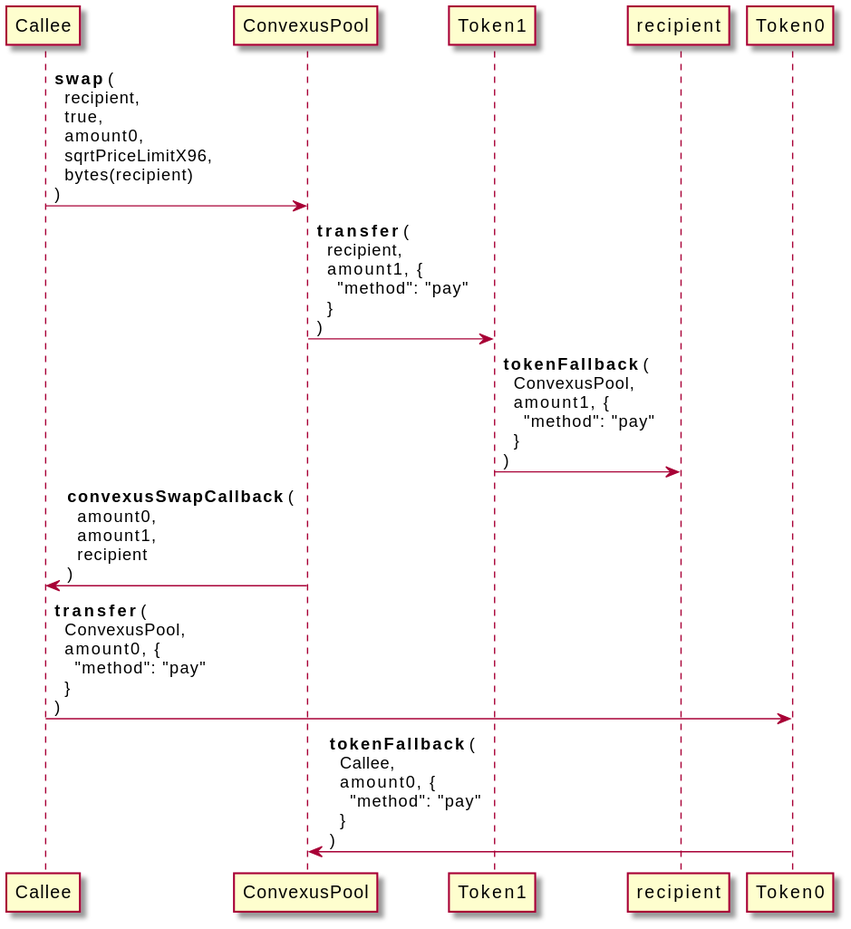
The PlantUML diagram Convexus-Core/Contracts/Pool/docs/uml/swap.svg in Convexus-Protocol/AMM-SCORE, before a commit. The source it was exported from:
```plantuml
@startuml
Callee -> ConvexusPool : **swap** ( \n  recipient, \n  true, \n  amount0, \n  sqrtPriceLimitX96, \n  bytes(recipient) \n)

ConvexusPool -> Token1 : **transfer** ( \n  recipient, \n  amount1, { \n    "method": "pay" \n  } \n)

Token1 -> recipient : **tokenFallback** ( \n  ConvexusPool, \n  amount1, { \n    "method": "pay" \n  } \n)

ConvexusPool -> Callee : **convexusSwapCallback** ( \n  amount0, \n  amount1, \n  recipient \n)

Callee -> Token0 : **transfer** ( \n  ConvexusPool, \n  amount0, { \n    "method": "pay" \n  } \n)

Token0 -> ConvexusPool : **tokenFallback** ( \n  Callee, \n  amount0, { \n    "method": "pay" \n  } \n)
@enduml
```
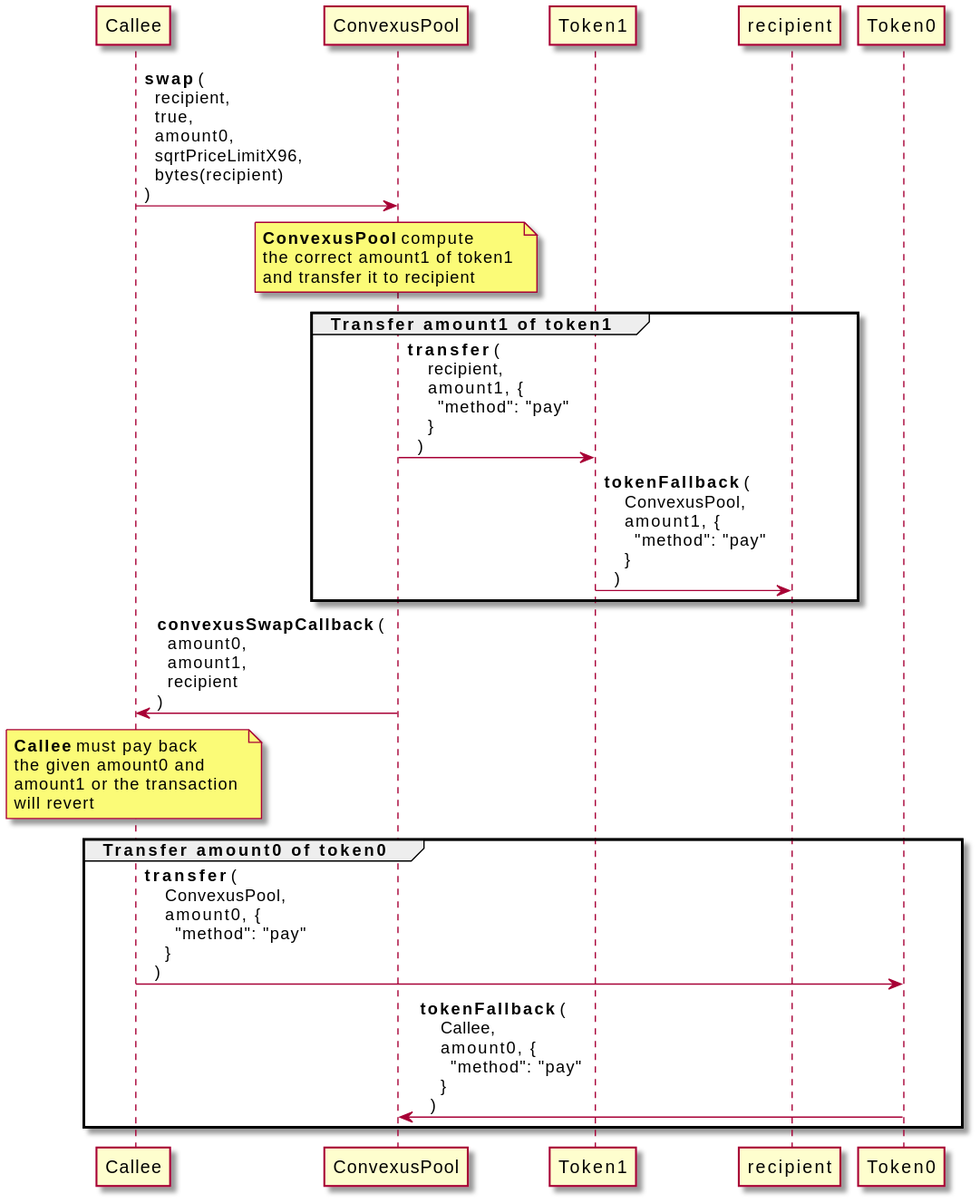
Later version of the same file.

The edit, as a diff of the source:
```diff
@@ -1,13 +1,24 @@
 @startuml
 Callee -> ConvexusPool : **swap** ( \n  recipient, \n  true, \n  amount0, \n  sqrtPriceLimitX96, \n  bytes(recipient) \n)
 
-ConvexusPool -> Token1 : **transfer** ( \n  recipient, \n  amount1, { \n    "method": "pay" \n  } \n)
+note over ConvexusPool : **ConvexusPool** compute \nthe correct amount1 of token1 \nand transfer it to recipient
 
-Token1 -> recipient : **tokenFallback** ( \n  ConvexusPool, \n  amount1, { \n    "method": "pay" \n  } \n)
+
+group Transfer amount1 of token1
+  ConvexusPool -> Token1 : **transfer** ( \n    recipient, \n    amount1, { \n      "method": "pay" \n    } \n  )
+
+  Token1 -> recipient : **tokenFallback** ( \n    ConvexusPool, \n    amount1, { \n      "method": "pay" \n    } \n  )
+end group
 
 ConvexusPool -> Callee : **convexusSwapCallback** ( \n  amount0, \n  amount1, \n  recipient \n)
 
-Callee -> Token0 : **transfer** ( \n  ConvexusPool, \n  amount0, { \n    "method": "pay" \n  } \n)
+note over Callee : **Callee** must pay back \nthe given amount0 and \namount1 or the transaction \nwill revert
 
-Token0 -> ConvexusPool : **tokenFallback** ( \n  Callee, \n  amount0, { \n    "method": "pay" \n  } \n)
+group Transfer amount0 of token0
+
+  Callee -> Token0 : **transfer** ( \n    ConvexusPool, \n    amount0, { \n      "method": "pay" \n    } \n  )
+
+  Token0 -> ConvexusPool : **tokenFallback** ( \n    Callee, \n    amount0, { \n      "method": "pay" \n    } \n  )
+
+end group
 @enduml
```
